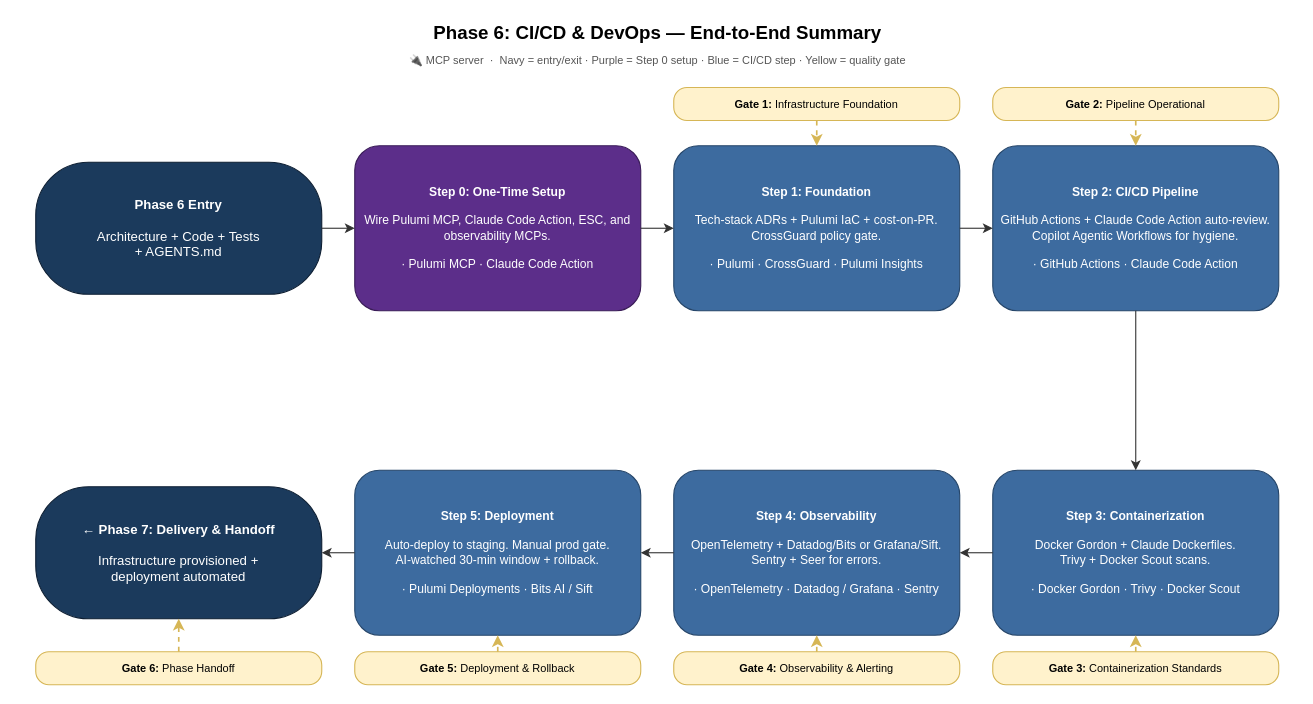
The draw.io diagram aidlc-phases/06-cicd-devops/FLOWCHART-SUMMARY-simple.drawio in kalpat-allion/ai-dlc, before the edit. Source tidied: cells renumbered, new cells numbered last; positions are measured from the earlier drawing's top-left corner, leaving out a move shared by most shapes. Both pictures are drawn from the tidied source at 110%, with x=0, y=0 at pixel (19, 19).
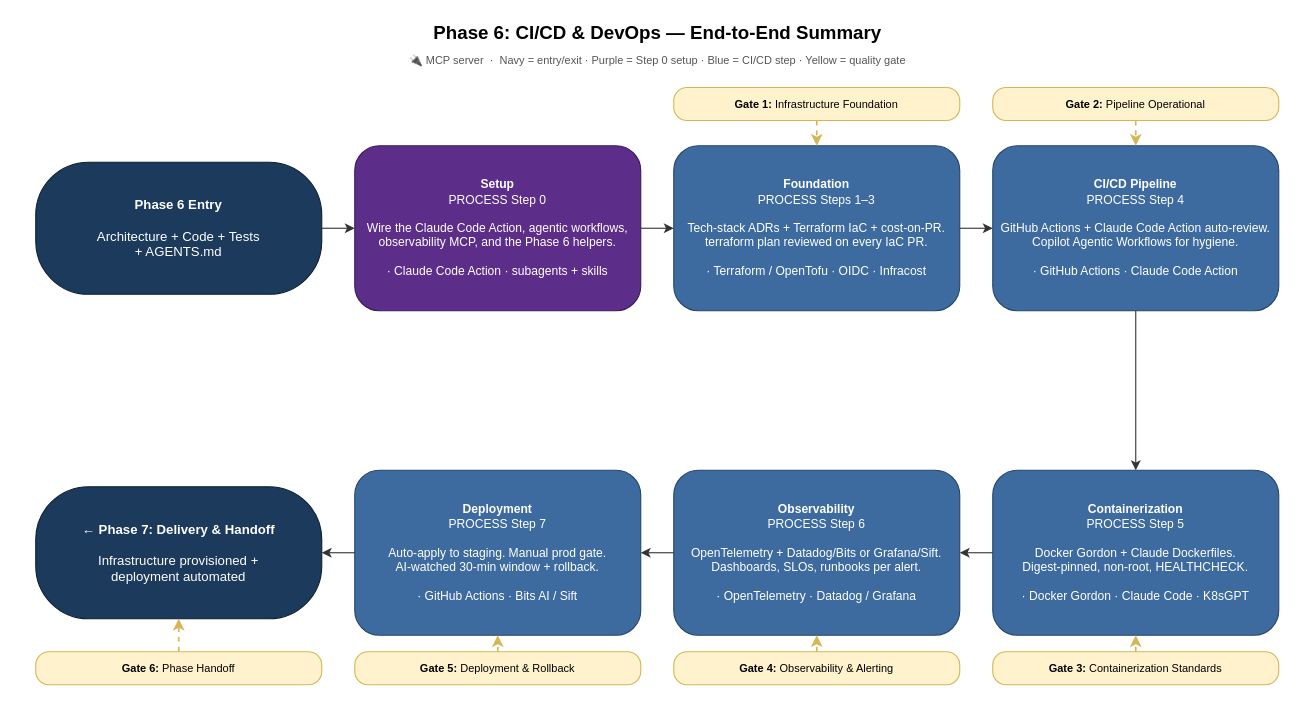
The same page after the edit.

The edit, as a diff of the source:
```diff
@@
-    <mxCell id="7" value="&lt;b&gt;Step 0: One-Time Setup&lt;/b&gt;&lt;br&gt;&lt;br&gt;Wire Pulumi MCP, Claude Code Action, ESC, and observability MCPs.&lt;br&gt;&lt;br&gt;· Pulumi MCP · Claude Code Action" style="rounded=1;whiteSpace=wrap;html=1;fillColor=#5C2E8A;fontColor=#FFFFFF;strokeColor=#3A1C58;fontSize=11;" parent="1" vertex="1">
+    <mxCell id="7" value="&lt;b&gt;Setup&lt;/b&gt;&lt;br&gt;PROCESS Step 0&lt;br&gt;&lt;br&gt;Wire the Claude Code Action, agentic workflows, observability MCP, and the Phase 6 helpers.&lt;br&gt;&lt;br&gt;· Claude Code Action · subagents + skills" style="rounded=1;whiteSpace=wrap;html=1;fillColor=#5C2E8A;fontColor=#FFFFFF;strokeColor=#3A1C58;fontSize=11;" parent="1" vertex="1">
       <mxGeometry x="305" y="115" width="260" height="150" as="geometry" />
     </mxCell>
-    <mxCell id="8" value="&lt;b&gt;Step 1: Foundation&lt;/b&gt;&lt;br&gt;&lt;br&gt;Tech-stack ADRs + Pulumi IaC + cost-on-PR.&lt;br&gt;CrossGuard policy gate.&lt;br&gt;&lt;br&gt;· Pulumi · CrossGuard · Pulumi Insights" style="rounded=1;whiteSpace=wrap;html=1;fillColor=#3D6B9F;fontColor=#FFFFFF;strokeColor=#26466A;fontSize=11;" parent="1" vertex="1">
+    <mxCell id="8" value="&lt;b&gt;Foundation&lt;/b&gt;&lt;br&gt;PROCESS Steps 1–3&lt;br&gt;&lt;br&gt;Tech-stack ADRs + Terraform IaC + cost-on-PR.&lt;br&gt;terraform plan reviewed on every IaC PR.&lt;br&gt;&lt;br&gt;· Terraform / OpenTofu · OIDC · Infracost" style="rounded=1;whiteSpace=wrap;html=1;fillColor=#3D6B9F;fontColor=#FFFFFF;strokeColor=#26466A;fontSize=11;" parent="1" vertex="1">
       <mxGeometry x="595" y="115" width="260" height="150" as="geometry" />
     </mxCell>
-    <mxCell id="9" value="&lt;b&gt;Step 2: CI/CD Pipeline&lt;/b&gt;&lt;br&gt;&lt;br&gt;GitHub Actions + Claude Code Action auto-review.&lt;br&gt;Copilot Agentic Workflows for hygiene.&lt;br&gt;&lt;br&gt;· GitHub Actions · Claude Code Action" style="rounded=1;whiteSpace=wrap;html=1;fillColor=#3D6B9F;fontColor=#FFFFFF;strokeColor=#26466A;fontSize=11;" parent="1" vertex="1">
+    <mxCell id="9" value="&lt;b&gt;CI/CD Pipeline&lt;/b&gt;&lt;br&gt;PROCESS Step 4&lt;br&gt;&lt;br&gt;GitHub Actions + Claude Code Action auto-review.&lt;br&gt;Copilot Agentic Workflows for hygiene.&lt;br&gt;&lt;br&gt;· GitHub Actions · Claude Code Action" style="rounded=1;whiteSpace=wrap;html=1;fillColor=#3D6B9F;fontColor=#FFFFFF;strokeColor=#26466A;fontSize=11;" parent="1" vertex="1">
       <mxGeometry x="885" y="115" width="260" height="150" as="geometry" />
     </mxCell>
-    <mxCell id="10" value="&lt;b&gt;Step 3: Containerization&lt;/b&gt;&lt;br&gt;&lt;br&gt;Docker Gordon + Claude Dockerfiles.&lt;br&gt;Trivy + Docker Scout scans.&lt;br&gt;&lt;br&gt;· Docker Gordon · Trivy · Docker Scout" style="rounded=1;whiteSpace=wrap;html=1;fillColor=#3D6B9F;fontColor=#FFFFFF;strokeColor=#26466A;fontSize=11;" parent="1" vertex="1">
+    <mxCell id="10" value="&lt;b&gt;Containerization&lt;/b&gt;&lt;br&gt;PROCESS Step 5&lt;br&gt;&lt;br&gt;Docker Gordon + Claude Dockerfiles.&lt;br&gt;Digest-pinned, non-root, HEALTHCHECK.&lt;br&gt;&lt;br&gt;· Docker Gordon · Claude Code · K8sGPT" style="rounded=1;whiteSpace=wrap;html=1;fillColor=#3D6B9F;fontColor=#FFFFFF;strokeColor=#26466A;fontSize=11;" parent="1" vertex="1">
       <mxGeometry x="885" y="410" width="260" height="150" as="geometry" />
     </mxCell>
-    <mxCell id="11" value="&lt;b&gt;Step 4: Observability&lt;/b&gt;&lt;br&gt;&lt;br&gt;OpenTelemetry + Datadog/Bits or Grafana/Sift.&lt;br&gt;Sentry + Seer for errors.&lt;br&gt;&lt;br&gt;· OpenTelemetry · Datadog / Grafana · Sentry" style="rounded=1;whiteSpace=wrap;html=1;fillColor=#3D6B9F;fontColor=#FFFFFF;strokeColor=#26466A;fontSize=11;" parent="1" vertex="1">
+    <mxCell id="11" value="&lt;b&gt;Observability&lt;/b&gt;&lt;br&gt;PROCESS Step 6&lt;br&gt;&lt;br&gt;OpenTelemetry + Datadog/Bits or Grafana/Sift.&lt;br&gt;Dashboards, SLOs, runbooks per alert.&lt;br&gt;&lt;br&gt;· OpenTelemetry · Datadog / Grafana" style="rounded=1;whiteSpace=wrap;html=1;fillColor=#3D6B9F;fontColor=#FFFFFF;strokeColor=#26466A;fontSize=11;" parent="1" vertex="1">
       <mxGeometry x="595" y="410" width="260" height="150" as="geometry" />
     </mxCell>
-    <mxCell id="12" value="&lt;b&gt;Step 5: Deployment&lt;/b&gt;&lt;br&gt;&lt;br&gt;Auto-deploy to staging. Manual prod gate.&lt;br&gt;AI-watched 30-min window + rollback.&lt;br&gt;&lt;br&gt;· Pulumi Deployments · Bits AI / Sift" style="rounded=1;whiteSpace=wrap;html=1;fillColor=#3D6B9F;fontColor=#FFFFFF;strokeColor=#26466A;fontSize=11;" parent="1" vertex="1">
+    <mxCell id="12" value="&lt;b&gt;Deployment&lt;/b&gt;&lt;br&gt;PROCESS Step 7&lt;br&gt;&lt;br&gt;Auto-apply to staging. Manual prod gate.&lt;br&gt;AI-watched 30-min window + rollback.&lt;br&gt;&lt;br&gt;· GitHub Actions · Bits AI / Sift" style="rounded=1;whiteSpace=wrap;html=1;fillColor=#3D6B9F;fontColor=#FFFFFF;strokeColor=#26466A;fontSize=11;" parent="1" vertex="1">
       <mxGeometry x="305" y="410" width="260" height="150" as="geometry" />
     </mxCell>
```
